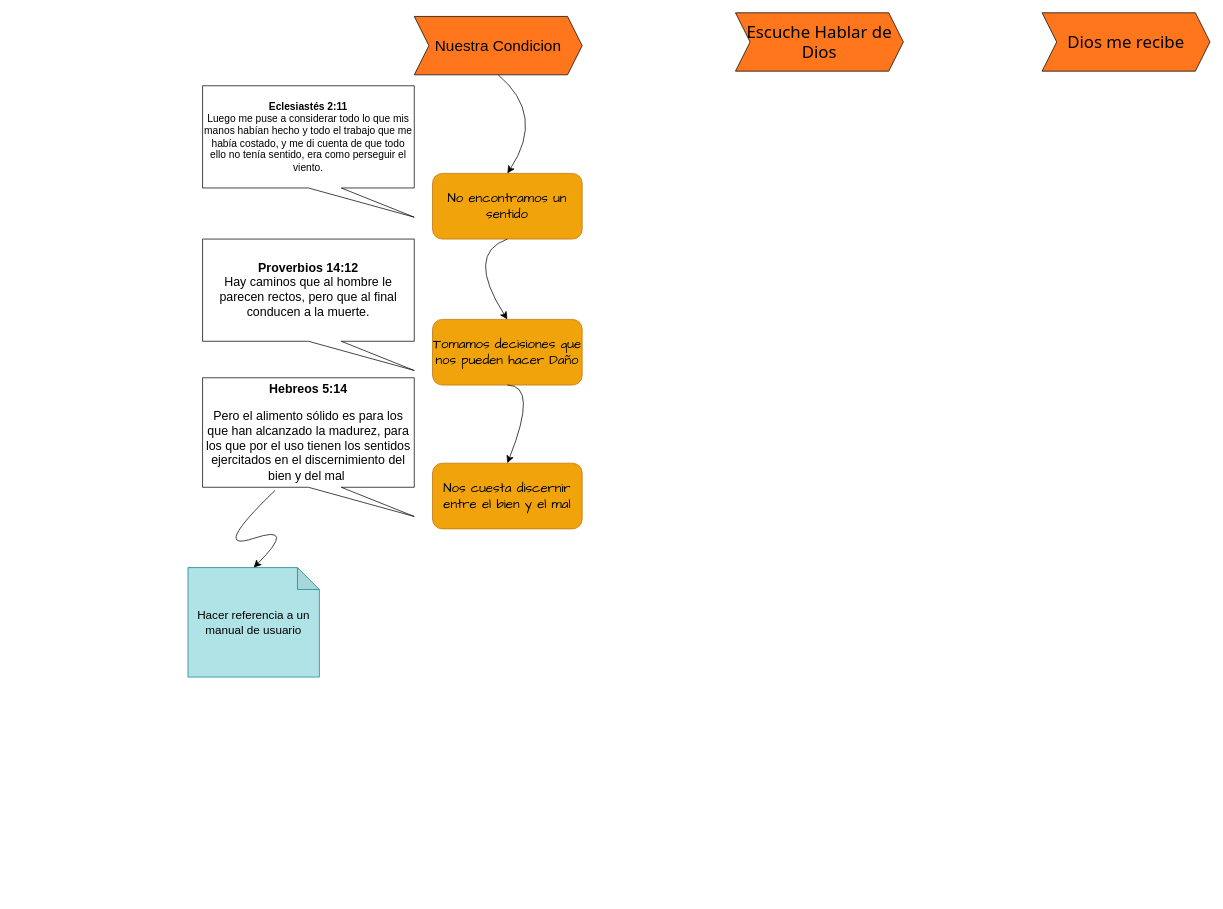
Earlier version of the draw.io diagram Diagrama sin título.drawio (jb-2015/CristoRey). Source tidied: cells renumbered, new cells numbered last; positions are measured from the earlier drawing's top-left corner, leaving out a move shared by most shapes. Both pictures are drawn from the tidied source at 73%, with x=0, y=0 at pixel (188, 12).
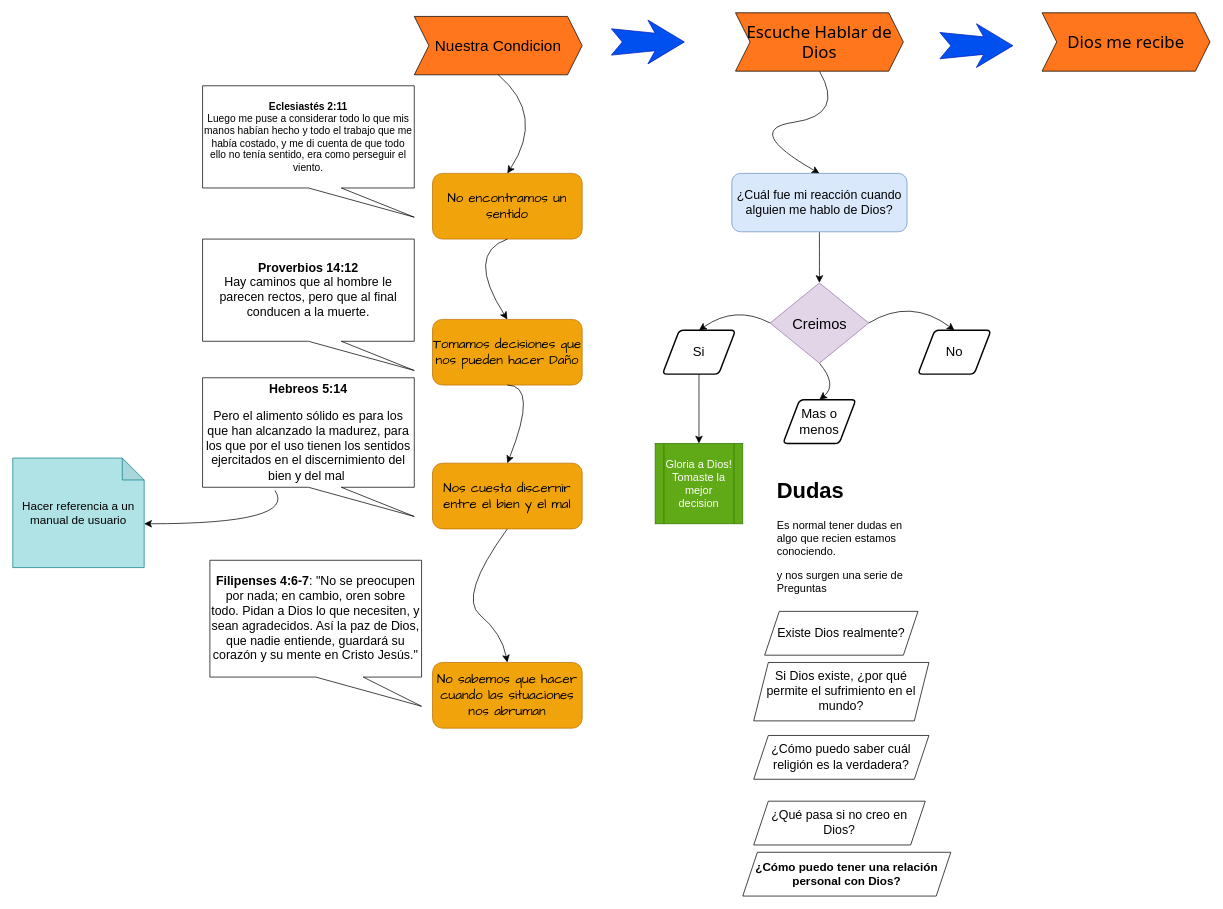
Above is the later version.

Unchanged cells that the change refers to:
```xml
<mxCell id="6" value="Nos cuesta discernir entre el bien y el mal" style="rounded=1;whiteSpace=wrap;html=1;fontSize=18;fontFamily=Comic Sans MS;fillColor=#f0a30a;fontColor=#000000;strokeColor=#BD7000;" parent="1" vertex="1">
  <mxGeometry x="335" y="617" width="205" height="90" as="geometry" />
</mxCell>
<mxCell id="11" value="Escuche Hablar de Dios" style="shape=step;perimeter=stepPerimeter;whiteSpace=wrap;html=1;fixedSize=1;fillColor=#FF761C;fontFamily=Tahoma;fontColor=default;labelBackgroundColor=none;fontSize=23;" parent="1" vertex="1">
  <mxGeometry x="750" width="230" height="80" as="geometry" />
</mxCell>
<mxCell id="13" value="&lt;p&gt;&lt;strong&gt;Hebreos 5:14&lt;/strong&gt;&lt;/p&gt;&lt;p&gt;&lt;span style=&quot;background-color: transparent; color: light-dark(rgb(0, 0, 0), rgb(255, 255, 255));&quot;&gt;Pero el alimento sólido es para los que han alcanzado la madurez, para los que por el uso tienen los sentidos ejercitados en el discernimiento del bien y del mal&amp;nbsp;&lt;/span&gt;&lt;/p&gt;" style="shape=callout;whiteSpace=wrap;html=1;perimeter=calloutPerimeter;position2=1;size=40;position=0.5;base=45;fontSize=17;" parent="1" vertex="1">
  <mxGeometry x="20" y="500" width="290" height="190" as="geometry" />
</mxCell>
```

The edit, as a diff of the source:
```diff
@@
+    <mxCell id="16" style="edgeStyle=none;curved=1;rounded=0;jettySize=auto;html=1;exitX=0.5;exitY=1;exitDx=0;exitDy=0;entryX=0.5;entryY=0;entryDx=0;entryDy=0;fontSize=12;startSize=8;endSize=8;" parent="1" edge="1" source="6" target="18">
+      <mxGeometry relative="1" as="geometry">
+        <Array as="points">
+          <mxPoint x="370" y="800" />
+          <mxPoint x="430" y="850" />
+        </Array>
+      </mxGeometry>
+    </mxCell>
@@
+    <mxCell id="17" style="edgeStyle=none;curved=1;rounded=0;jettySize=auto;html=1;exitX=0.5;exitY=1;exitDx=0;exitDy=0;entryX=0.5;entryY=0;entryDx=0;entryDy=0;fontSize=12;startSize=8;endSize=8;" parent="1" edge="1" source="11" target="21">
+      <mxGeometry relative="1" as="geometry">
+        <Array as="points">
+          <mxPoint x="900" y="140" />
+          <mxPoint x="760" y="160" />
+        </Array>
+      </mxGeometry>
+    </mxCell>
@@
     <mxCell id="14" value="Hacer referencia a un manual de usuario" style="shape=note;whiteSpace=wrap;html=1;backgroundOutline=1;darkOpacity=0.05;fillColor=#b0e3e6;strokeColor=#0e8088;fontSize=16;" parent="1" vertex="1">
-      <mxGeometry y="760" width="180" height="150" as="geometry" />
+      <mxGeometry x="-240" y="610" width="180" height="150" as="geometry" />
     </mxCell>
-    <mxCell id="15" style="curved=1;endArrow=classic;html=1;rounded=0;fontSize=12;startSize=8;endSize=8;exitX=0.342;exitY=0.813;exitDx=0;exitDy=0;exitPerimeter=0;entryX=0.5;entryY=0;entryDx=0;entryDy=0;entryPerimeter=0;" parent="1" edge="1" source="13" target="14">
+    <mxCell id="15" style="curved=1;endArrow=classic;html=1;rounded=0;fontSize=12;startSize=8;endSize=8;exitX=0.342;exitY=0.813;exitDx=0;exitDy=0;exitPerimeter=0;entryX=0;entryY=0;entryDx=180;entryDy=90;entryPerimeter=0;" parent="1" edge="1" source="13" target="14">
       <mxGeometry relative="1" as="geometry">
         <Array as="points">
-          <mxPoint x="30" y="740" />
           <mxPoint x="150" y="700" />
         </Array>
       </mxGeometry>
     </mxCell>
+    <mxCell id="18" value="No sabemos que hacer cuando las situaciones nos abruman" style="rounded=1;whiteSpace=wrap;html=1;fontSize=18;fontFamily=Comic Sans MS;fillColor=#f0a30a;fontColor=#000000;strokeColor=#BD7000;" parent="1" vertex="1">
+      <mxGeometry x="335" y="890" width="205" height="90" as="geometry" />
+    </mxCell>
+    <mxCell id="19" value="&lt;p&gt;&lt;strong&gt;Filipenses 4:6-7&lt;/strong&gt;: &quot;No se preocupen por nada; en cambio, oren sobre todo. Pidan a Dios lo que necesiten, y sean agradecidos. Así la paz de Dios, que nadie entiende, guardará su corazón y su mente en Cristo Jesús.&quot;&lt;/p&gt;" style="shape=callout;whiteSpace=wrap;html=1;perimeter=calloutPerimeter;position2=1;size=40;position=0.5;base=65;fontSize=17;" parent="1" vertex="1">
+      <mxGeometry x="30" y="750" width="290" height="200" as="geometry" />
+    </mxCell>
+    <mxCell id="20" style="edgeStyle=none;curved=1;rounded=0;jettySize=auto;html=1;exitX=0.5;exitY=1;exitDx=0;exitDy=0;entryX=0.5;entryY=0;entryDx=0;entryDy=0;fontSize=12;startSize=8;endSize=8;" parent="1" edge="1" source="21" target="25">
+      <mxGeometry relative="1" as="geometry" />
+    </mxCell>
+    <mxCell id="21" value="¿Cuál fue mi reacción cuando alguien me hablo de Dios?" style="rounded=1;whiteSpace=wrap;html=1;fillColor=#dae8fc;strokeColor=#6c8ebf;fontSize=17;" parent="1" vertex="1">
+      <mxGeometry x="745" y="220" width="240" height="80" as="geometry" />
+    </mxCell>
+    <mxCell id="22" style="edgeStyle=none;curved=1;rounded=0;jettySize=auto;html=1;exitX=0;exitY=0.5;exitDx=0;exitDy=0;entryX=0.5;entryY=0;entryDx=0;entryDy=0;fontSize=12;startSize=8;endSize=8;" parent="1" edge="1" source="25" target="27">
+      <mxGeometry relative="1" as="geometry">
+        <Array as="points">
+          <mxPoint x="750" y="400" />
+        </Array>
+      </mxGeometry>
+    </mxCell>
+    <mxCell id="23" style="edgeStyle=none;curved=1;rounded=0;jettySize=auto;html=1;exitX=1;exitY=0.5;exitDx=0;exitDy=0;entryX=0.5;entryY=0;entryDx=0;entryDy=0;fontSize=12;startSize=8;endSize=8;" parent="1" edge="1" source="25" target="29">
+      <mxGeometry relative="1" as="geometry">
+        <Array as="points">
+          <mxPoint x="990" y="390" />
+        </Array>
+      </mxGeometry>
+    </mxCell>
+    <mxCell id="24" style="edgeStyle=none;curved=1;rounded=0;jettySize=auto;html=1;exitX=0.5;exitY=1;exitDx=0;exitDy=0;entryX=0.5;entryY=0;entryDx=0;entryDy=0;fontSize=12;startSize=8;endSize=8;" parent="1" edge="1" source="25" target="28">
+      <mxGeometry relative="1" as="geometry">
+        <Array as="points">
+          <mxPoint x="890" y="510" />
+        </Array>
+      </mxGeometry>
+    </mxCell>
+    <mxCell id="25" value="Creimos" style="rhombus;whiteSpace=wrap;html=1;fontSize=20;fillColor=#e1d5e7;strokeColor=#9673a6;" parent="1" vertex="1">
+      <mxGeometry x="797.5" y="370" width="135" height="110" as="geometry" />
+    </mxCell>
+    <mxCell id="26" style="edgeStyle=none;curved=1;rounded=0;jettySize=auto;html=1;exitX=0.5;exitY=1;exitDx=0;exitDy=0;fontSize=12;startSize=8;endSize=8;" parent="1" edge="1" source="27" target="30">
+      <mxGeometry relative="1" as="geometry" />
+    </mxCell>
+    <mxCell id="27" value="Si" style="shape=parallelogram;html=1;strokeWidth=2;perimeter=parallelogramPerimeter;whiteSpace=wrap;rounded=1;arcSize=12;size=0.23;fontSize=18;" parent="1" vertex="1">
+      <mxGeometry x="650" y="435" width="100" height="60" as="geometry" />
+    </mxCell>
+    <mxCell id="28" value="Mas o menos" style="shape=parallelogram;html=1;strokeWidth=2;perimeter=parallelogramPerimeter;whiteSpace=wrap;rounded=1;arcSize=12;size=0.23;fontSize=18;" parent="1" vertex="1">
+      <mxGeometry x="815" y="530" width="100" height="60" as="geometry" />
+    </mxCell>
+    <mxCell id="29" value="No" style="shape=parallelogram;html=1;strokeWidth=2;perimeter=parallelogramPerimeter;whiteSpace=wrap;rounded=1;arcSize=12;size=0.23;fontSize=18;" parent="1" vertex="1">
+      <mxGeometry x="1000" y="435" width="100" height="60" as="geometry" />
+    </mxCell>
+    <mxCell id="30" value="Gloria a Dios!&lt;div&gt;Tomaste la mejor decision&lt;/div&gt;" style="shape=process;whiteSpace=wrap;html=1;backgroundOutline=1;fontSize=15;fillColor=#60a917;fontColor=#ffffff;strokeColor=#2D7600;" parent="1" vertex="1">
+      <mxGeometry x="640" y="590" width="120" height="110" as="geometry" />
+    </mxCell>
+    <mxCell id="31" style="html=1;shadow=0;dashed=0;align=center;verticalAlign=middle;shape=mxgraph.arrows2.stylisedArrow;dy=0.6;dx=40;notch=15;feather=0.4;fillColor=#0050ef;fontColor=#ffffff;strokeColor=#001DBC;" parent="1" vertex="1">
+      <mxGeometry x="580" y="10" width="100" height="60" as="geometry" />
+    </mxCell>
+    <mxCell id="32" style="html=1;shadow=0;dashed=0;align=center;verticalAlign=middle;shape=mxgraph.arrows2.stylisedArrow;dy=0.6;dx=40;notch=15;feather=0.4;fillColor=#0050ef;fontColor=#ffffff;strokeColor=#001DBC;" parent="1" vertex="1">
+      <mxGeometry x="1030" y="15" width="100" height="60" as="geometry" />
+    </mxCell>
+    <mxCell id="33" value="&lt;h1 style=&quot;margin-top: 0px;&quot;&gt;Dudas&lt;/h1&gt;&lt;p&gt;&lt;font&gt;Es normal tener dudas en algo que recien estamos conociendo.&lt;/font&gt;&lt;/p&gt;&lt;p&gt;&lt;font&gt;y nos surgen una serie de Preguntas&lt;/font&gt;&lt;/p&gt;" style="text;html=1;whiteSpace=wrap;overflow=hidden;rounded=0;fontSize=15;" parent="1" vertex="1">
+      <mxGeometry x="805" y="630" width="180" height="170" as="geometry" />
+    </mxCell>
+    <mxCell id="34" value="Existe Dios realmente?" style="shape=parallelogram;perimeter=parallelogramPerimeter;whiteSpace=wrap;html=1;fixedSize=1;fontSize=17;" parent="1" vertex="1">
+      <mxGeometry x="790" y="820" width="210" height="60" as="geometry" />
+    </mxCell>
+    <mxCell id="35" value="Si Dios existe, ¿por qué permite el sufrimiento en el mundo?" style="shape=parallelogram;perimeter=parallelogramPerimeter;whiteSpace=wrap;html=1;fixedSize=1;fontSize=17;" parent="1" vertex="1">
+      <mxGeometry x="775" y="890" width="240" height="80" as="geometry" />
+    </mxCell>
+    <mxCell id="36" value="¿Cómo puedo saber cuál religión es la verdadera?" style="shape=parallelogram;perimeter=parallelogramPerimeter;whiteSpace=wrap;html=1;fixedSize=1;fontSize=17;" parent="1" vertex="1">
+      <mxGeometry x="775" y="990" width="240" height="60" as="geometry" />
+    </mxCell>
+    <mxCell id="37" value="¿Qué pasa si no creo en Dios?" style="shape=parallelogram;perimeter=parallelogramPerimeter;whiteSpace=wrap;html=1;fixedSize=1;fontSize=17;" parent="1" vertex="1">
+      <mxGeometry x="775" y="1080" width="235" height="60" as="geometry" />
+    </mxCell>
+    <mxCell id="38" value="&lt;strong&gt;¿Cómo puedo tener una relación personal con Dios?&lt;/strong&gt;" style="shape=parallelogram;perimeter=parallelogramPerimeter;whiteSpace=wrap;html=1;fixedSize=1;fontSize=16;fontStyle=0;" parent="1" vertex="1">
+      <mxGeometry x="760" y="1150" width="285" height="60" as="geometry" />
+    </mxCell>
```
